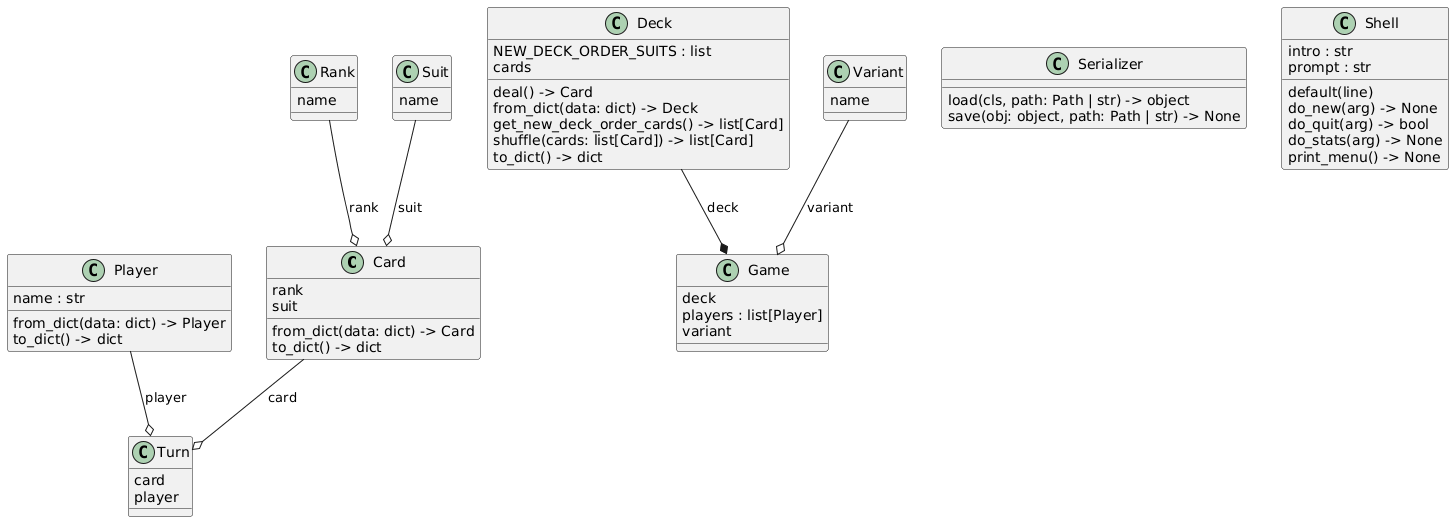
Before: docs/uml/png/classes_war.png, a diagram exported from PlantUML (b3h3m0th/war).
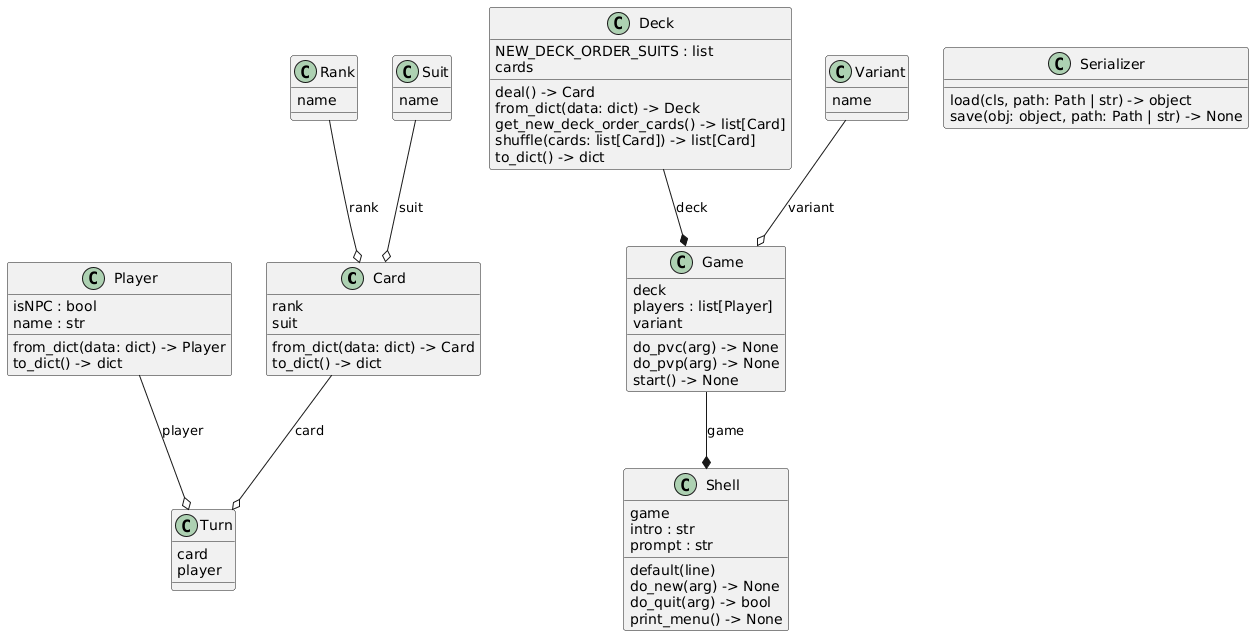
The same file after the commit.

Change to the diagram source:
```diff
@@ -19,8 +19,12 @@
   deck
   players : list[Player]
   variant
+  do_pvc(arg) -> None
+  do_pvp(arg) -> None
+  start() -> None
 }
 class "Player" as models.player.Player {
+  isNPC : bool
   name : str
   from_dict(data: dict) -> Player
   to_dict() -> dict
@@ -33,12 +37,12 @@
   save(obj: object, path: Path | str) -> None
 }
 class "Shell" as models.shell.Shell {
+  game
   intro : str
   prompt : str
   default(line)
   do_new(arg) -> None
   do_quit(arg) -> bool
-  do_stats(arg) -> None
   print_menu() -> None
 }
 class "Suit" as enums.suit.Suit {
@@ -52,6 +56,7 @@
   name
 }
 models.deck.Deck --* models.game.Game : deck
+models.game.Game --* models.shell.Shell : game
 enums.rank.Rank --o models.card.Card : rank
 enums.suit.Suit --o models.card.Card : suit
 enums.variant.Variant --o models.game.Game : variant
```
